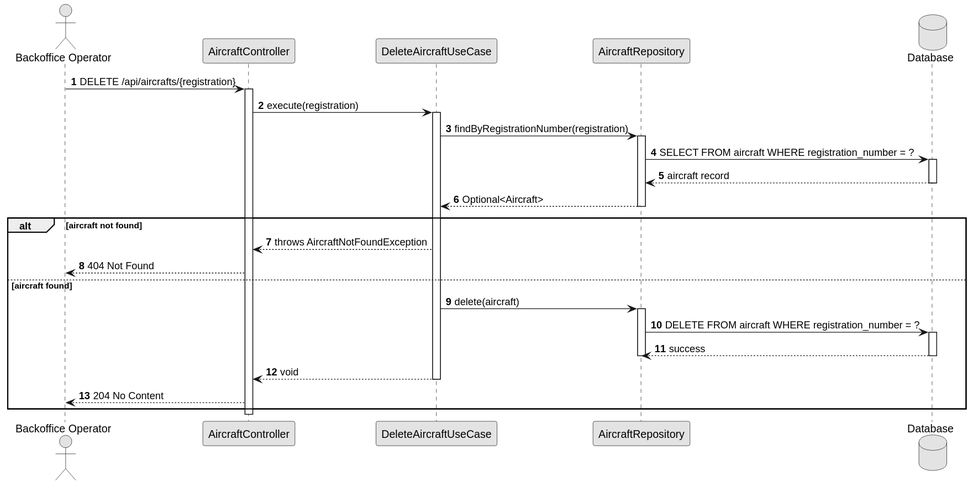
VascoMagolo/psoft_1231562_1241692_1242036_2db keeps this PlantUML diagram as docs/system-documentation/use-cases/EXTRAS/DeleteAircraftUseCase/svg/sd_deleteAircraft.svg. Above is the earlier version. Its diagram source:
```plantuml
@startuml
autonumber
skinparam monochrome true
skinparam packageStyle rect
skinparam shadowing false

actor "Backoffice Operator" as BO
participant "AircraftController" as Ctrl
participant "DeleteAircraftUseCase" as UC
participant "AircraftRepository" as Repo
database "Database" as DB

BO -> Ctrl : DELETE /api/aircrafts/{registration}
activate Ctrl

Ctrl -> UC : execute(registration)
activate UC

UC -> Repo : findByRegistrationNumber(registration)
activate Repo
Repo -> DB : SELECT FROM aircraft WHERE registration_number = ?
activate DB
DB --> Repo : aircraft record
deactivate DB
Repo --> UC : Optional<Aircraft>
deactivate Repo

alt aircraft not found
    UC --> Ctrl : throws AircraftNotFoundException
    Ctrl --> BO : 404 Not Found
else aircraft found
    UC -> Repo : delete(aircraft)
    activate Repo
    Repo -> DB : DELETE FROM aircraft WHERE registration_number = ?
    activate DB
    DB --> Repo : success
    deactivate DB
    deactivate Repo
    UC --> Ctrl : void
    deactivate UC
    Ctrl --> BO : 204 No Content
end

deactivate Ctrl
@enduml
```
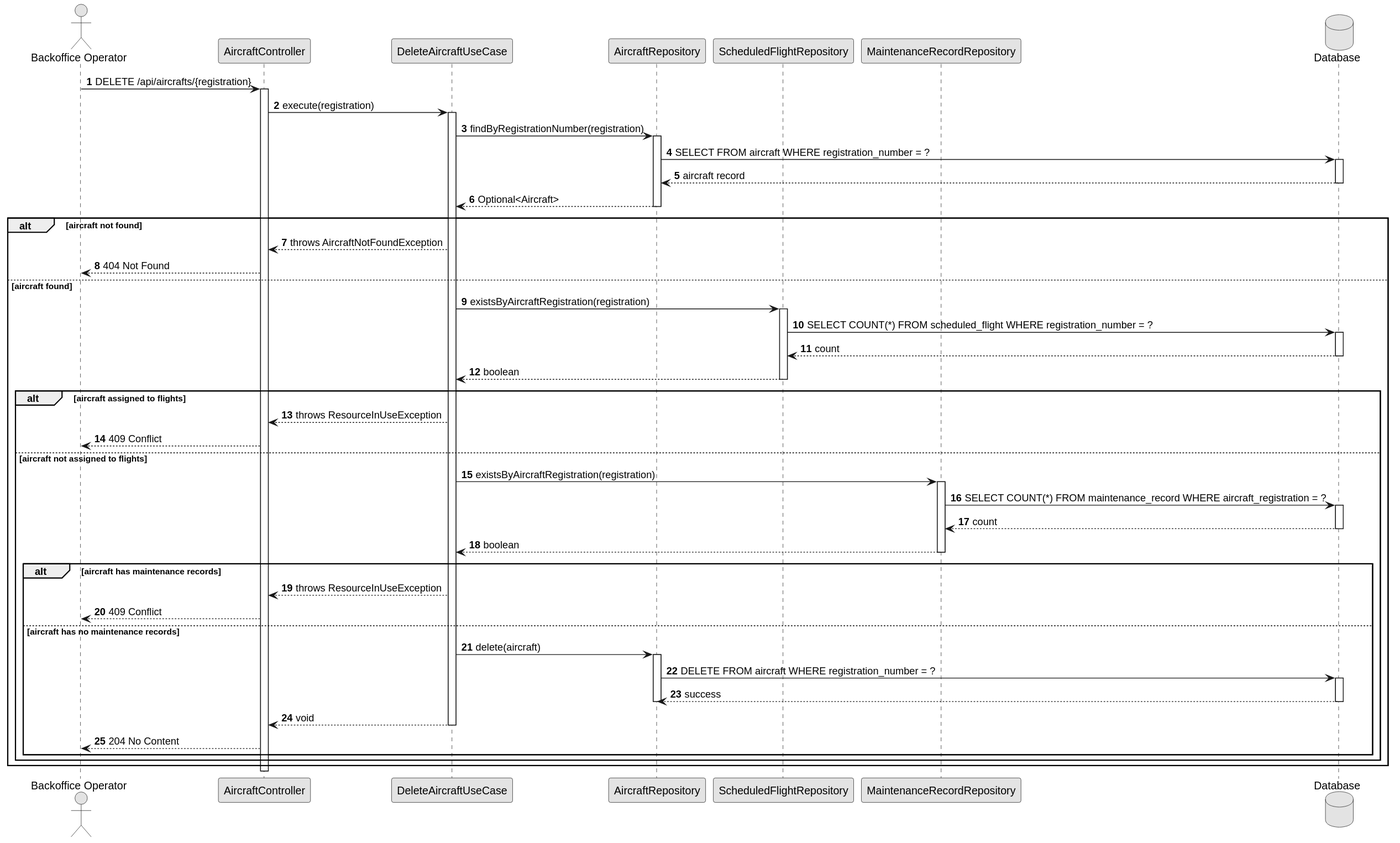
Later version of the same file.

Diff of the diagram source:
```diff
@@ -8,6 +8,8 @@
 participant "AircraftController" as Ctrl
 participant "DeleteAircraftUseCase" as UC
 participant "AircraftRepository" as Repo
+participant "ScheduledFlightRepository" as FlightRepo
+participant "MaintenanceRecordRepository" as RecordRepo
 database "Database" as DB
 
 BO -> Ctrl : DELETE /api/aircrafts/{registration}
@@ -29,16 +31,44 @@
     UC --> Ctrl : throws AircraftNotFoundException
     Ctrl --> BO : 404 Not Found
 else aircraft found
-    UC -> Repo : delete(aircraft)
-    activate Repo
-    Repo -> DB : DELETE FROM aircraft WHERE registration_number = ?
+    UC -> FlightRepo : existsByAircraftRegistration(registration)
+    activate FlightRepo
+    FlightRepo -> DB : SELECT COUNT(*) FROM scheduled_flight WHERE registration_number = ?
     activate DB
-    DB --> Repo : success
+    DB --> FlightRepo : count
     deactivate DB
-    deactivate Repo
-    UC --> Ctrl : void
-    deactivate UC
-    Ctrl --> BO : 204 No Content
+    FlightRepo --> UC : boolean
+    deactivate FlightRepo
+
+    alt aircraft assigned to flights
+        UC --> Ctrl : throws ResourceInUseException
+        Ctrl --> BO : 409 Conflict
+    else aircraft not assigned to flights
+        UC -> RecordRepo : existsByAircraftRegistration(registration)
+        activate RecordRepo
+        RecordRepo -> DB : SELECT COUNT(*) FROM maintenance_record WHERE aircraft_registration = ?
+        activate DB
+        DB --> RecordRepo : count
+        deactivate DB
+        RecordRepo --> UC : boolean
+        deactivate RecordRepo
+
+        alt aircraft has maintenance records
+            UC --> Ctrl : throws ResourceInUseException
+            Ctrl --> BO : 409 Conflict
+        else aircraft has no maintenance records
+            UC -> Repo : delete(aircraft)
+            activate Repo
+            Repo -> DB : DELETE FROM aircraft WHERE registration_number = ?
+            activate DB
+            DB --> Repo : success
+            deactivate DB
+            deactivate Repo
+            UC --> Ctrl : void
+            deactivate UC
+            Ctrl --> BO : 204 No Content
+        end
+    end
 end
 
 deactivate Ctrl
```
